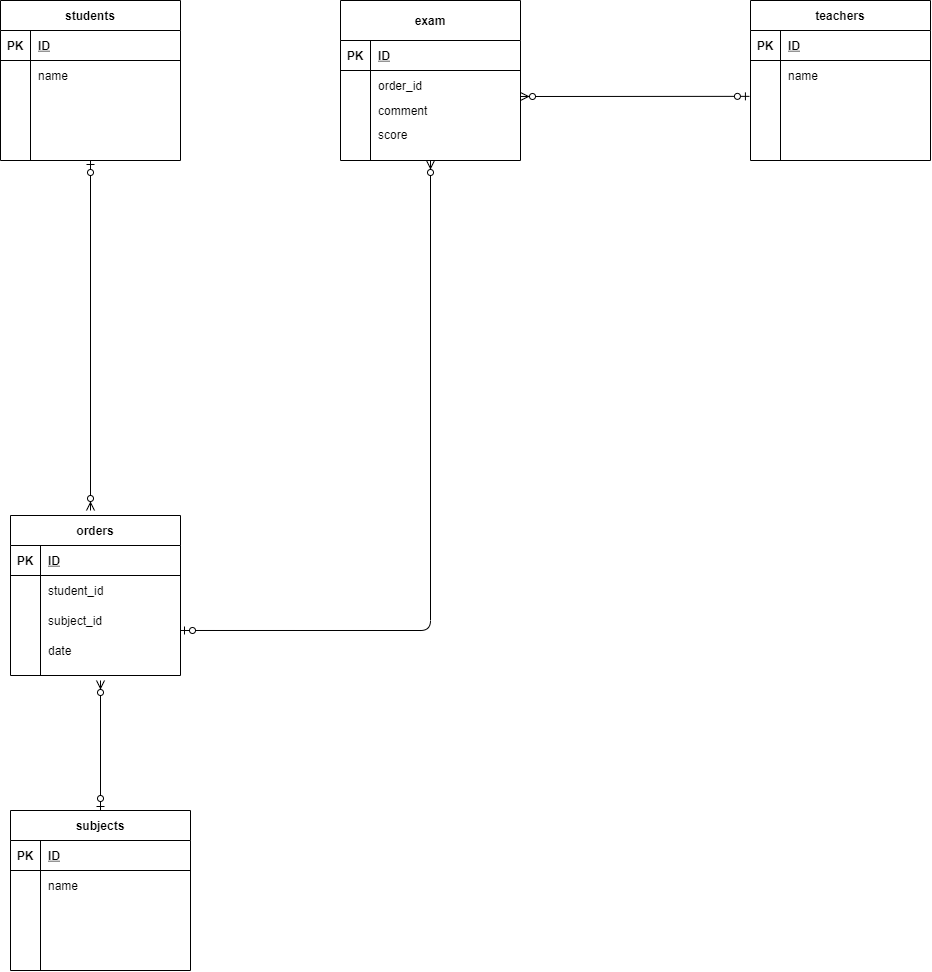
Above: test.drawio.png in KentaIzu/DB (draw.io), before the change. Source tidied: cells renumbered, new cells last; positions are measured from the earlier drawing's top-left corner, leaving out a move shared by most shapes.
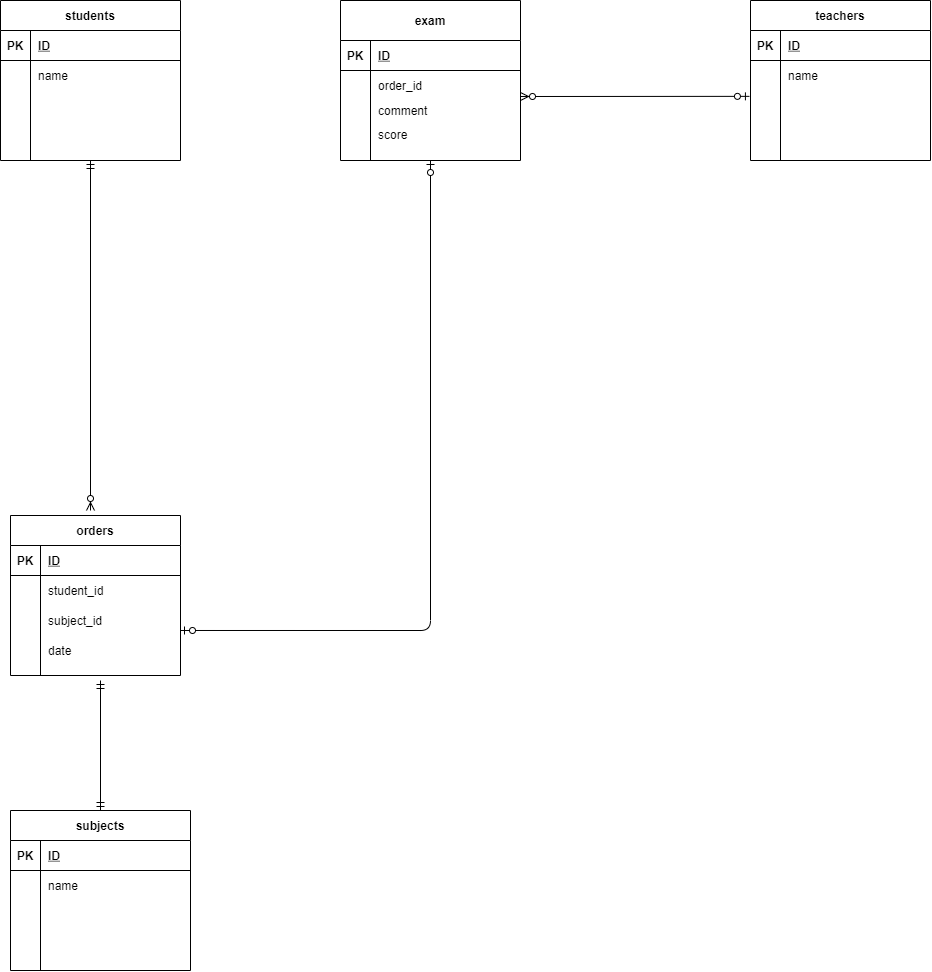
After the change.

Diff of the diagram source:
```diff
@@ -119,7 +119,7 @@
     <mxCell id="40" value="date" style="shape=partialRectangle;fillColor=none;top=0;left=0;bottom=0;right=0;align=left;spacingLeft=6;overflow=hidden;" parent="38" vertex="1">
       <mxGeometry x="30" width="140" height="30" as="geometry" />
     </mxCell>
-    <mxCell id="41" style="fontSize=12;html=1;endArrow=ERzeroToMany;startArrow=ERzeroToOne;exitX=0.5;exitY=1;exitDx=0;exitDy=0;edgeStyle=orthogonalEdgeStyle;startFill=1;endFill=1;" parent="1" edge="1" source="2">
+    <mxCell id="41" style="fontSize=12;html=1;endArrow=ERzeroToMany;startArrow=ERmandOne;exitX=0.5;exitY=1;exitDx=0;exitDy=0;edgeStyle=orthogonalEdgeStyle;startFill=0;endFill=1;" parent="1" edge="1" source="2">
       <mxGeometry relative="1" as="geometry">
         <mxPoint x="90" y="510" as="targetPoint" />
       </mxGeometry>
@@ -201,7 +201,7 @@
     <mxCell id="66" style="shape=partialRectangle;fillColor=none;top=0;left=0;bottom=0;right=0;align=left;spacingLeft=6;overflow=hidden;" parent="64" vertex="1">
       <mxGeometry x="30" width="150" height="30" as="geometry" />
     </mxCell>
-    <mxCell id="67" style="fontSize=12;html=1;endArrow=ERzeroToOne;startArrow=ERzeroToMany;entryX=0.5;entryY=0;entryDx=0;entryDy=0;endFill=1;startFill=1;" parent="1" edge="1" target="44">
+    <mxCell id="67" style="fontSize=12;html=1;endArrow=ERmandOne;startArrow=ERmandOne;entryX=0.5;entryY=0;entryDx=0;entryDy=0;endFill=0;startFill=0;" parent="1" edge="1" target="44">
       <mxGeometry relative="1" as="geometry">
         <mxPoint x="100" y="680" as="sourcePoint" />
         <Array as="points">
@@ -209,7 +209,7 @@
         </Array>
       </mxGeometry>
     </mxCell>
-    <mxCell id="68" style="fontSize=12;html=1;endArrow=ERzeroToMany;startArrow=ERzeroToOne;edgeStyle=orthogonalEdgeStyle;startFill=1;exitX=1;exitY=0.833;exitDx=0;exitDy=0;exitPerimeter=0;endFill=1;entryX=0.5;entryY=1;entryDx=0;entryDy=0;" parent="1" edge="1" source="35" target="57">
+    <mxCell id="68" style="fontSize=12;html=1;endArrow=ERzeroToOne;startArrow=ERzeroToOne;edgeStyle=orthogonalEdgeStyle;startFill=1;exitX=1;exitY=0.833;exitDx=0;exitDy=0;exitPerimeter=0;endFill=1;entryX=0.5;entryY=1;entryDx=0;entryDy=0;" parent="1" edge="1" source="35" target="57">
       <mxGeometry relative="1" as="geometry" />
     </mxCell>
     <mxCell id="69" value="comment" style="shape=partialRectangle;fillColor=none;top=0;left=0;bottom=0;right=0;align=left;spacingLeft=6;overflow=hidden;" parent="1" vertex="1">
```
